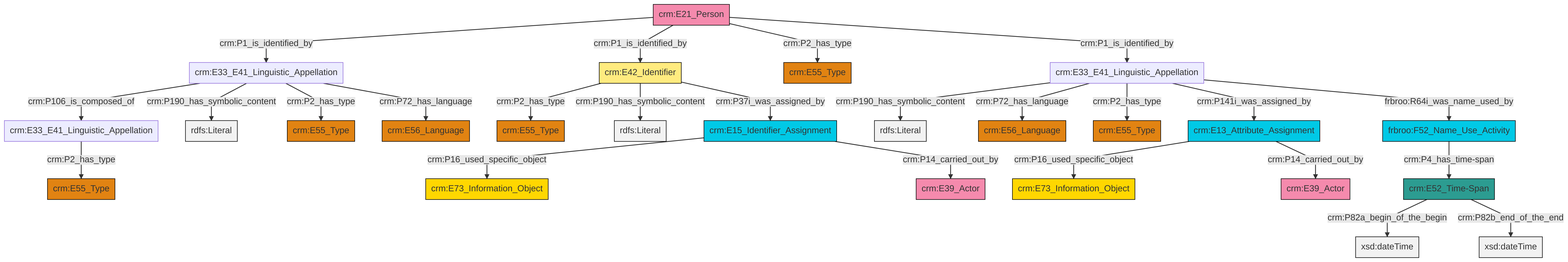
Before: et/personCSV/ttl/mmd/png/Person_Names_and_Classification.png, a diagram exported from Mermaid (swiss-art-research-net/reference-data-models). Its source is kept beside it as et/personCSV/ttl/mmd/Person_Names_and_Classification.ttl.mmd.
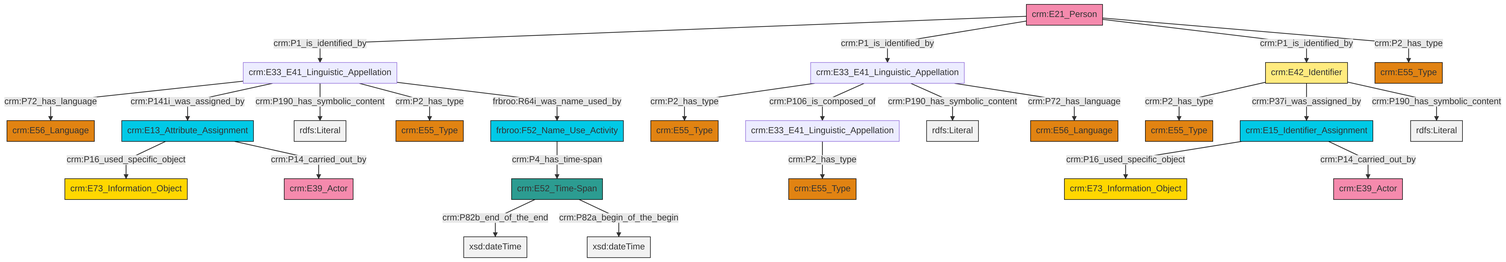
After the commit.

The edit, as a diff of the source:
```diff
@@ -13,27 +13,27 @@
 classDef PC_Classes fill:#4ce600, stroke:#000000;
 classDef Multi fill:#cccccc,stroke:#000000;
 
-4["crm:E21_Person"]:::Actor -->|crm:P1_is_identified_by| 5["crm:E33_E41_Linguistic_Appellation"]:::Default
-6["crm:E33_E41_Linguistic_Appellation"]:::Default -->|crm:P190_has_symbolic_content| 10[rdfs:Literal]:::Literal
-5["crm:E33_E41_Linguistic_Appellation"]:::Default -->|crm:P106_is_composed_of| 11["crm:E33_E41_Linguistic_Appellation"]:::Default
-14["crm:E13_Attribute_Assignment"]:::Temporal_Entity -->|crm:P16_used_specific_object| 8["crm:E73_Information_Object"]:::Conceptual_Object
-12["crm:E52_Time-Span"]:::Time-Span -->|crm:P82a_begin_of_the_begin| 15[xsd:dateTime]:::Literal
-12["crm:E52_Time-Span"]:::Time-Span -->|crm:P82b_end_of_the_end| 16[xsd:dateTime]:::Literal
-17["crm:E42_Identifier"]:::Appellation -->|crm:P2_has_type| 18["crm:E55_Type"]:::Type
-5["crm:E33_E41_Linguistic_Appellation"]:::Default -->|crm:P190_has_symbolic_content| 19[rdfs:Literal]:::Literal
-4["crm:E21_Person"]:::Actor -->|crm:P1_is_identified_by| 17["crm:E42_Identifier"]:::Appellation
-14["crm:E13_Attribute_Assignment"]:::Temporal_Entity -->|crm:P14_carried_out_by| 24["crm:E39_Actor"]:::Actor
-6["crm:E33_E41_Linguistic_Appellation"]:::Default -->|crm:P72_has_language| 27["crm:E56_Language"]:::Type
-6["crm:E33_E41_Linguistic_Appellation"]:::Default -->|crm:P2_has_type| 21["crm:E55_Type"]:::Type
-36["crm:E15_Identifier_Assignment"]:::Temporal_Entity -->|crm:P16_used_specific_object| 0["crm:E73_Information_Object"]:::Conceptual_Object
-5["crm:E33_E41_Linguistic_Appellation"]:::Default -->|crm:P2_has_type| 30["crm:E55_Type"]:::Type
-34["frbroo:F52_Name_Use_Activity"]:::Temporal_Entity -->|crm:P4_has_time-span| 12["crm:E52_Time-Span"]:::Time-Span
-6["crm:E33_E41_Linguistic_Appellation"]:::Default -->|crm:P141i_was_assigned_by| 14["crm:E13_Attribute_Assignment"]:::Temporal_Entity
-5["crm:E33_E41_Linguistic_Appellation"]:::Default -->|crm:P72_has_language| 41["crm:E56_Language"]:::Type
-6["crm:E33_E41_Linguistic_Appellation"]:::Default -->|frbroo:R64i_was_name_used_by| 34["frbroo:F52_Name_Use_Activity"]:::Temporal_Entity
-17["crm:E42_Identifier"]:::Appellation -->|crm:P190_has_symbolic_content| 45[rdfs:Literal]:::Literal
-4["crm:E21_Person"]:::Actor -->|crm:P2_has_type| 39["crm:E55_Type"]:::Type
-11["crm:E33_E41_Linguistic_Appellation"]:::Default -->|crm:P2_has_type| 2["crm:E55_Type"]:::Type
-17["crm:E42_Identifier"]:::Appellation -->|crm:P37i_was_assigned_by| 36["crm:E15_Identifier_Assignment"]:::Temporal_Entity
-36["crm:E15_Identifier_Assignment"]:::Temporal_Entity -->|crm:P14_carried_out_by| 28["crm:E39_Actor"]:::Actor
-4["crm:E21_Person"]:::Actor -->|crm:P1_is_identified_by| 6["crm:E33_E41_Linguistic_Appellation"]:::Default
+10["crm:E13_Attribute_Assignment"]:::Temporal_Entity -->|crm:P16_used_specific_object| 11["crm:E73_Information_Object"]:::Conceptual_Object
+0["crm:E42_Identifier"]:::Appellation -->|crm:P2_has_type| 4["crm:E55_Type"]:::Type
+14["crm:E52_Time-Span"]:::Time-Span -->|crm:P82b_end_of_the_end| 15[xsd:dateTime]:::Literal
+16["crm:E33_E41_Linguistic_Appellation"]:::Default -->|crm:P72_has_language| 17["crm:E56_Language"]:::Type
+19["crm:E21_Person"]:::Actor -->|crm:P1_is_identified_by| 16["crm:E33_E41_Linguistic_Appellation"]:::Default
+20["crm:E15_Identifier_Assignment"]:::Temporal_Entity -->|crm:P16_used_specific_object| 8["crm:E73_Information_Object"]:::Conceptual_Object
+16["crm:E33_E41_Linguistic_Appellation"]:::Default -->|crm:P141i_was_assigned_by| 10["crm:E13_Attribute_Assignment"]:::Temporal_Entity
+10["crm:E13_Attribute_Assignment"]:::Temporal_Entity -->|crm:P14_carried_out_by| 2["crm:E39_Actor"]:::Actor
+23["crm:E33_E41_Linguistic_Appellation"]:::Default -->|crm:P2_has_type| 24["crm:E55_Type"]:::Type
+23["crm:E33_E41_Linguistic_Appellation"]:::Default -->|crm:P106_is_composed_of| 12["crm:E33_E41_Linguistic_Appellation"]:::Default
+19["crm:E21_Person"]:::Actor -->|crm:P1_is_identified_by| 23["crm:E33_E41_Linguistic_Appellation"]:::Default
+0["crm:E42_Identifier"]:::Appellation -->|crm:P37i_was_assigned_by| 20["crm:E15_Identifier_Assignment"]:::Temporal_Entity
+23["crm:E33_E41_Linguistic_Appellation"]:::Default -->|crm:P190_has_symbolic_content| 32[rdfs:Literal]:::Literal
+14["crm:E52_Time-Span"]:::Time-Span -->|crm:P82a_begin_of_the_begin| 36[xsd:dateTime]:::Literal
+0["crm:E42_Identifier"]:::Appellation -->|crm:P190_has_symbolic_content| 37[rdfs:Literal]:::Literal
+16["crm:E33_E41_Linguistic_Appellation"]:::Default -->|crm:P190_has_symbolic_content| 39[rdfs:Literal]:::Literal
+19["crm:E21_Person"]:::Actor -->|crm:P1_is_identified_by| 0["crm:E42_Identifier"]:::Appellation
+12["crm:E33_E41_Linguistic_Appellation"]:::Default -->|crm:P2_has_type| 33["crm:E55_Type"]:::Type
+16["crm:E33_E41_Linguistic_Appellation"]:::Default -->|crm:P2_has_type| 45["crm:E55_Type"]:::Type
+16["crm:E33_E41_Linguistic_Appellation"]:::Default -->|frbroo:R64i_was_name_used_by| 6["frbroo:F52_Name_Use_Activity"]:::Temporal_Entity
+23["crm:E33_E41_Linguistic_Appellation"]:::Default -->|crm:P72_has_language| 43["crm:E56_Language"]:::Type
+6["frbroo:F52_Name_Use_Activity"]:::Temporal_Entity -->|crm:P4_has_time-span| 14["crm:E52_Time-Span"]:::Time-Span
+20["crm:E15_Identifier_Assignment"]:::Temporal_Entity -->|crm:P14_carried_out_by| 41["crm:E39_Actor"]:::Actor
+19["crm:E21_Person"]:::Actor -->|crm:P2_has_type| 30["crm:E55_Type"]:::Type
```
